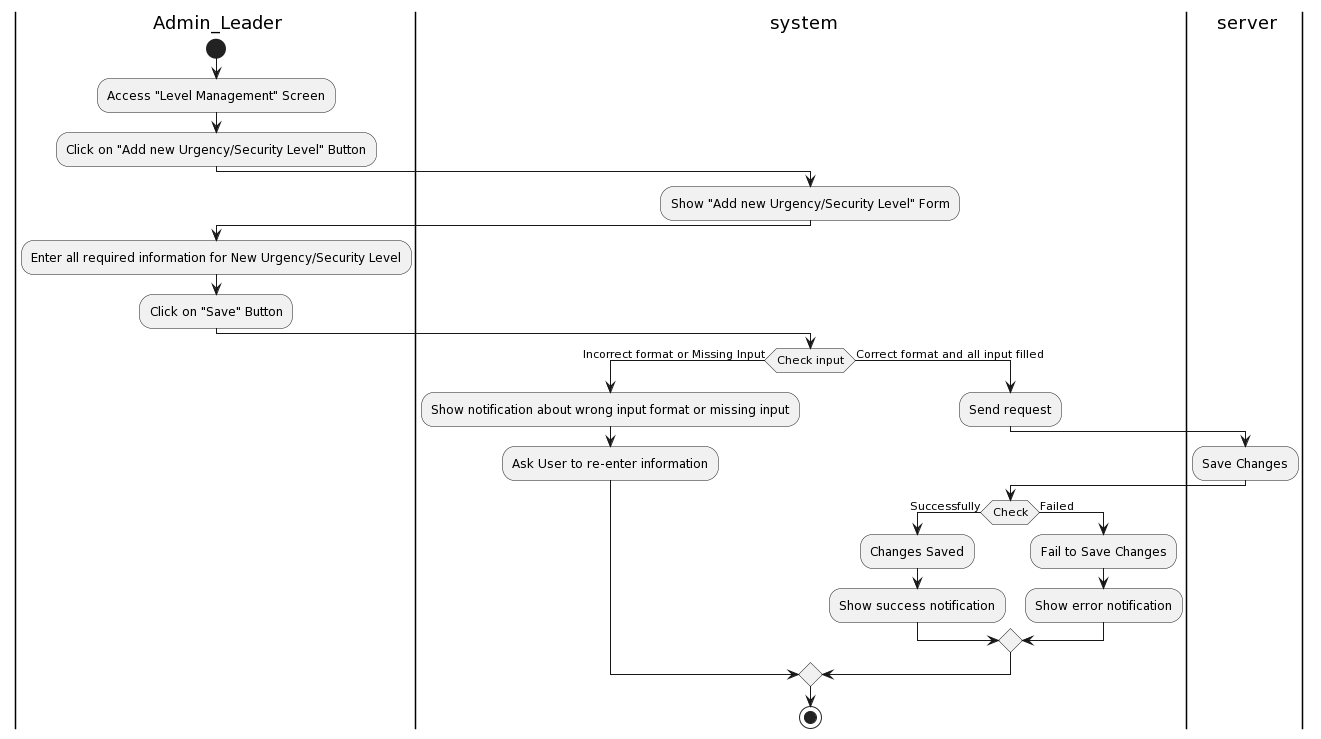
Above: Lab1/Lab1.2/Activity Diagram/SystemManagement/LevelManagement/AddnewLevel/AddnewLevel.png in khoapham1003/SE357-Pratice-class (PlantUML), before the change.
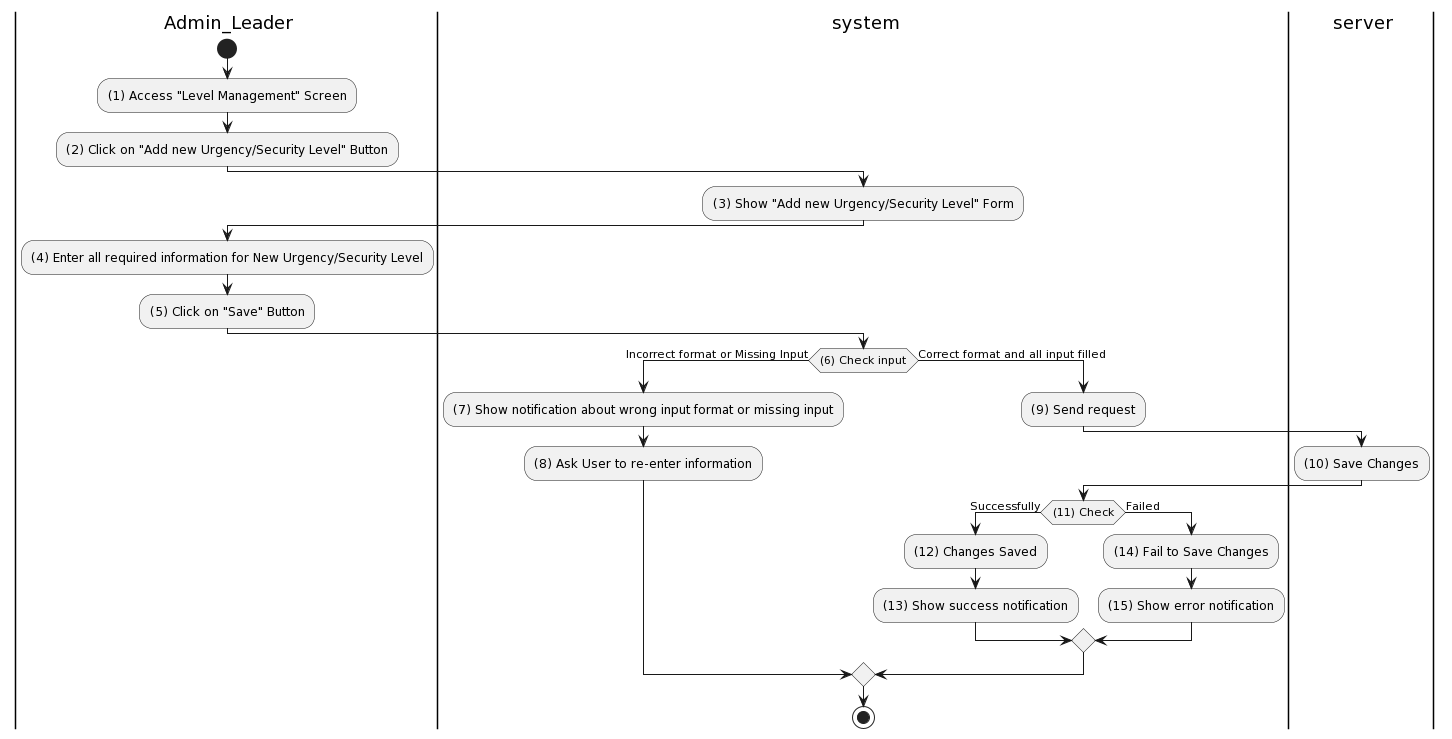
The same file after the commit.

Change to the diagram source:
```diff
@@ -4,30 +4,29 @@
 |ser| server
 |a|
 start
-:Access "Level Management" Screen;
-
-:Click on "Add new Urgency/Security Level" Button;
+:(1) Access "Level Management" Screen;
+:(2) Click on "Add new Urgency/Security Level" Button;
 |sys|
-:Show "Add new Urgency/Security Level" Form;
+:(3) Show "Add new Urgency/Security Level" Form;
 |a|
-:Enter all required information for New Urgency/Security Level;
-:Click on "Save" Button;
+:(4) Enter all required information for New Urgency/Security Level;
+:(5) Click on "Save" Button;
 |sys|
-if (Check input) then (Incorrect format or Missing Input)
-:Show notification about wrong input format or missing input;
-:Ask User to re-enter information;
+if ((6) Check input) then (Incorrect format or Missing Input)
+:(7) Show notification about wrong input format or missing input;
+:(8) Ask User to re-enter information;
 else (Correct format and all input filled)
 |sys|
-:Send request;
+:(9) Send request;
 |ser|
-:Save Changes;
+:(10) Save Changes;
 |sys|
-if(Check) then (Successfully)
-:Changes Saved;
-:Show success notification;
+if((11) Check) then (Successfully)
+:(12) Changes Saved;
+:(13) Show success notification;
 else (Failed)
-:Fail to Save Changes;
-:Show error notification;
+:(14) Fail to Save Changes;
+:(15) Show error notification;
 endif
 endif
 stop
```
